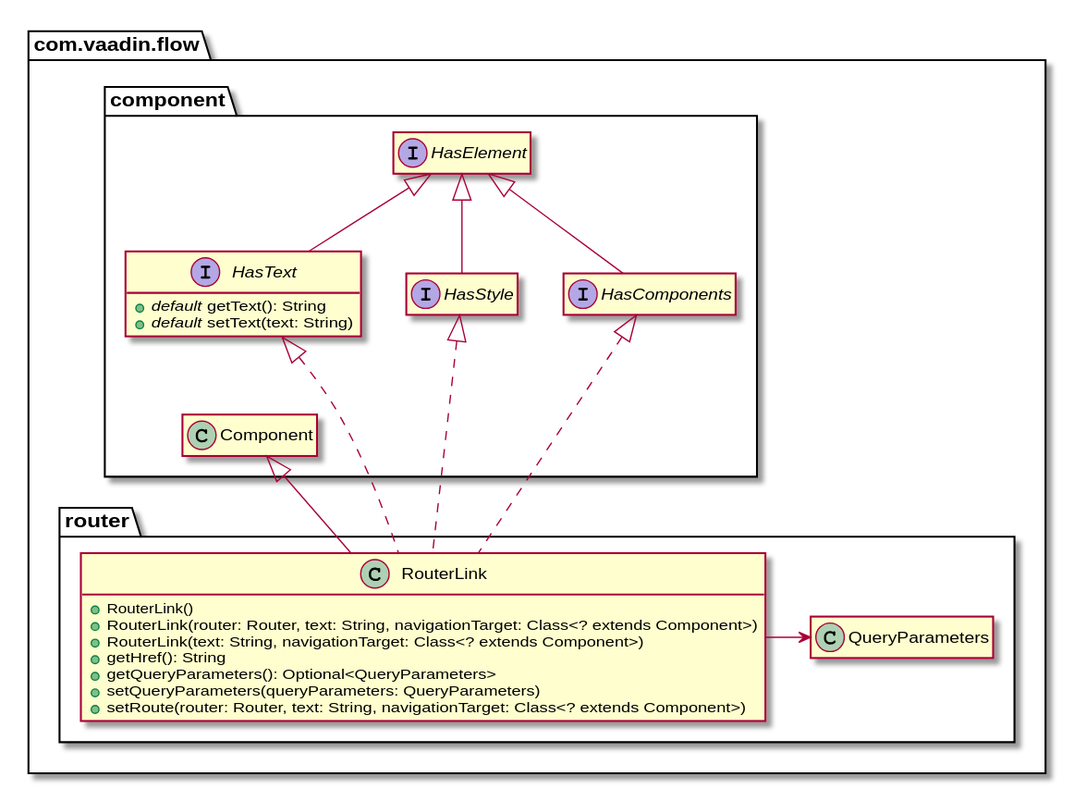
formations/vaadin-foundations keeps this PlantUML diagram as cours/images/router-link.svg. Above is the earlier version.
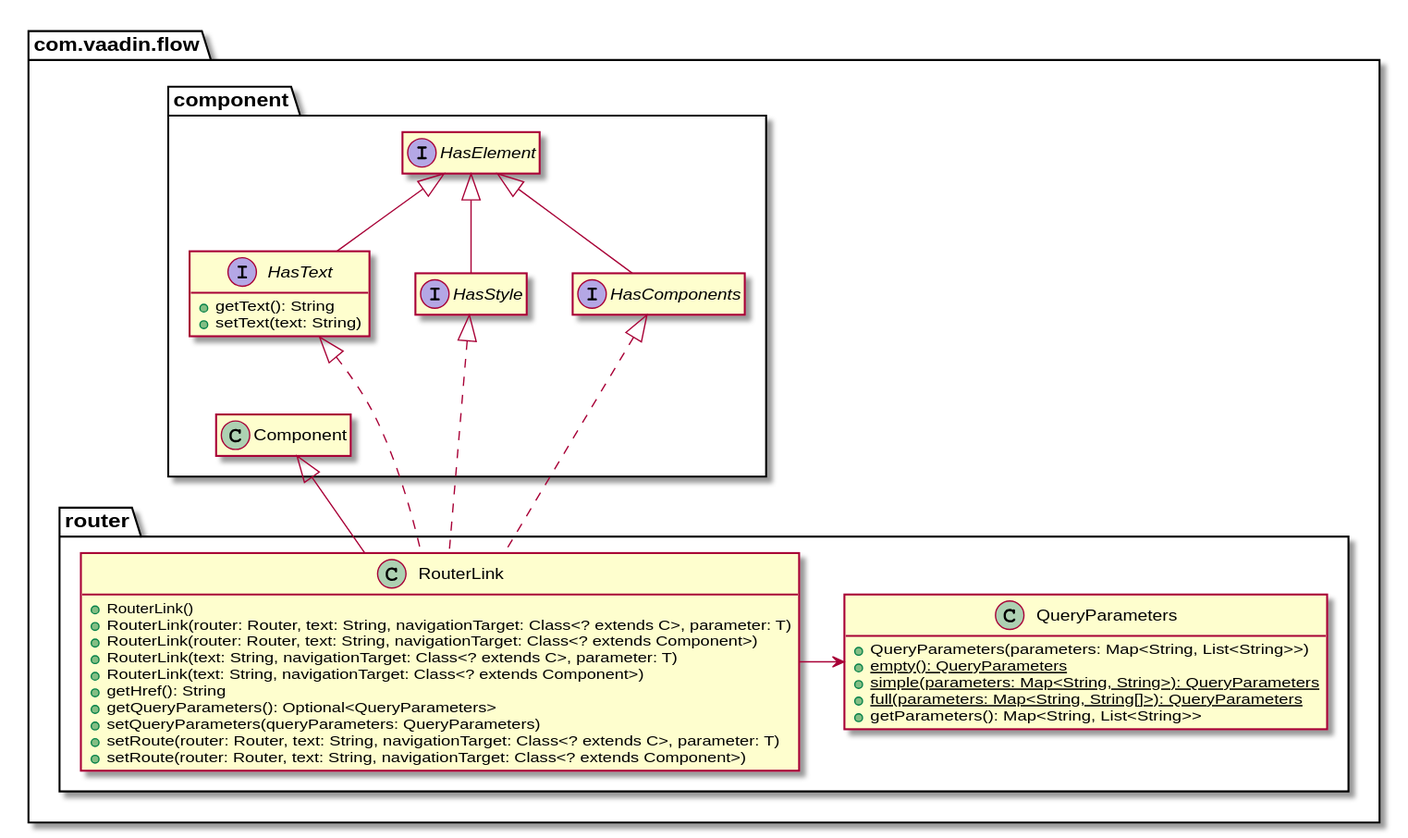
The same file after the commit.

The edit, as a diff of the source:
```diff
@@ -1,22 +1,31 @@
 @startuml
-package "com.vaadin.flow" {
+package com.vaadin.flow {
  package router {
   class RouterLink {
    + RouterLink()
+   + RouterLink(router: Router, text: String, navigationTarget: Class<? extends C>, parameter: T)
    + RouterLink(router: Router, text: String, navigationTarget: Class<? extends Component>)
+   + RouterLink(text: String, navigationTarget: Class<? extends C>, parameter: T)
    + RouterLink(text: String, navigationTarget: Class<? extends Component>)
    + getHref(): String
    + getQueryParameters(): Optional<QueryParameters>
    + setQueryParameters(queryParameters: QueryParameters)
+   + setRoute(router: Router, text: String, navigationTarget: Class<? extends C>, parameter: T)
    + setRoute(router: Router, text: String, navigationTarget: Class<? extends Component>)
   }
-  class QueryParameters
+  class QueryParameters {
+   + QueryParameters(parameters: Map<String, List<String>>)
+   +{static}empty(): QueryParameters
+   +{static}simple(parameters: Map<String, String>): QueryParameters
+   +{static}full(parameters: Map<String, String[]>): QueryParameters
+   + getParameters(): Map<String, List<String>>
+  }
  }
  package component {
   interface HasElement
   interface HasText {
-   + <i>default</i> getText(): String
-   + <i>default</i> setText(text: String)
+   + getText(): String
+   + setText(text: String)
   }
   interface HasComponents
   interface HasStyle
```
